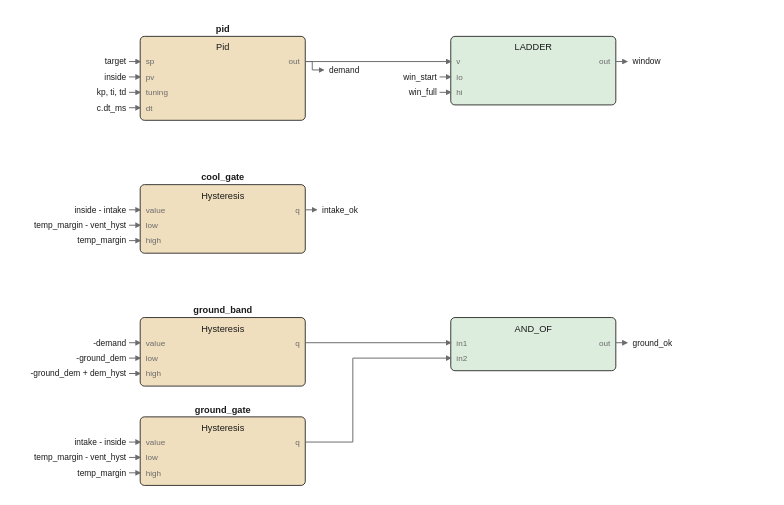
This is images/logic/cooling_fbd.drawio.svg from pstch/botanik2, a draw.io export, as it was before one commit. Source tidied: cells renumbered, new cells last; positions are measured from the earlier drawing's top-left corner, leaving out a move shared by most shapes.
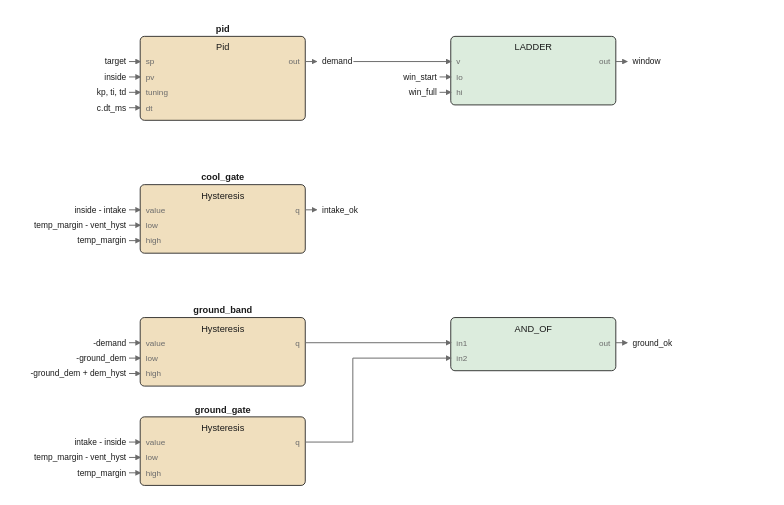
Above is the later version.

Diff of the diagram source:
```diff
@@ -125,199 +125,195 @@
     <mxCell id="42" style="edgeStyle=none;html=1;strokeColor=#6b6b6b;endArrow=block;" parent="1" edge="1">
       <mxGeometry relative="1" as="geometry">
         <mxPoint x="128" y="28" as="sourcePoint" />
-        <mxPoint x="232" y="28" as="targetPoint" />
+        <mxPoint x="136" y="28" as="targetPoint" />
       </mxGeometry>
     </mxCell>
-    <mxCell id="43" style="edgeStyle=none;html=1;strokeColor=#6b6b6b;endArrow=block;" parent="1" edge="1">
-      <mxGeometry relative="1" as="geometry">
-        <mxPoint x="128" y="229" as="sourcePoint" />
-        <mxPoint x="232" y="229" as="targetPoint" />
-      </mxGeometry>
-    </mxCell>
+    <mxCell id="76" value="demand" style="text;html=1;fontSize=6;fontColor=#1a1a1a;align=left;" parent="1" vertex="1">
+      <mxGeometry x="140" y="24" width="40" height="10" as="geometry" />
+    </mxCell>
     <mxCell id="44" style="edgeStyle=none;html=1;strokeColor=#6b6b6b;endArrow=block;" parent="1" edge="1">
       <mxGeometry relative="1" as="geometry">
-        <mxPoint x="128" y="300" as="sourcePoint" />
-        <mxPoint x="232" y="240" as="targetPoint" />
-        <Array as="points">
-          <mxPoint x="162" y="300" />
-          <mxPoint x="162" y="240" />
-        </Array>
+        <mxPoint x="350" y="28" as="sourcePoint" />
+        <mxPoint x="358" y="28" as="targetPoint" />
       </mxGeometry>
     </mxCell>
-    <mxCell id="45" value="target" style="text;html=1;fontSize=6;fontColor=#1a1a1a;align=left;" parent="1" vertex="1">
-      <mxGeometry y="24" width="40" height="10" as="geometry" />
+    <mxCell id="45" value="window" style="text;html=1;fontSize=6;fontColor=#1a1a1a;align=left;" parent="1" vertex="1">
+      <mxGeometry x="362" y="24" width="40" height="10" as="geometry" />
     </mxCell>
     <mxCell id="46" style="edgeStyle=none;html=1;strokeColor=#6b6b6b;endArrow=block;" parent="1" edge="1">
       <mxGeometry relative="1" as="geometry">
-        <mxPoint x="2" y="28" as="sourcePoint" />
-        <mxPoint x="10" y="28" as="targetPoint" />
+        <mxPoint x="128" y="134" as="sourcePoint" />
+        <mxPoint x="136" y="134" as="targetPoint" />
       </mxGeometry>
     </mxCell>
-    <mxCell id="47" value="inside" style="text;html=1;fontSize=6;fontColor=#1a1a1a;align=left;" parent="1" vertex="1">
-      <mxGeometry y="35" width="40" height="10" as="geometry" />
+    <mxCell id="47" value="intake_ok" style="text;html=1;fontSize=6;fontColor=#1a1a1a;align=left;" parent="1" vertex="1">
+      <mxGeometry x="140" y="130" width="45" height="10" as="geometry" />
     </mxCell>
     <mxCell id="48" style="edgeStyle=none;html=1;strokeColor=#6b6b6b;endArrow=block;" parent="1" edge="1">
       <mxGeometry relative="1" as="geometry">
-        <mxPoint x="2" y="39" as="sourcePoint" />
-        <mxPoint x="10" y="39" as="targetPoint" />
+        <mxPoint x="350" y="229" as="sourcePoint" />
+        <mxPoint x="358" y="229" as="targetPoint" />
       </mxGeometry>
     </mxCell>
-    <mxCell id="49" value="kp, ti, td" style="text;html=1;fontSize=6;fontColor=#1a1a1a;align=left;" parent="1" vertex="1">
-      <mxGeometry y="46" width="50" height="10" as="geometry" />
+    <mxCell id="49" value="ground_ok" style="text;html=1;fontSize=6;fontColor=#1a1a1a;align=left;" parent="1" vertex="1">
+      <mxGeometry x="362" y="225" width="45" height="10" as="geometry" />
     </mxCell>
     <mxCell id="50" style="edgeStyle=none;html=1;strokeColor=#6b6b6b;endArrow=block;" parent="1" edge="1">
       <mxGeometry relative="1" as="geometry">
-        <mxPoint x="2" y="50" as="sourcePoint" />
-        <mxPoint x="10" y="50" as="targetPoint" />
+        <mxPoint x="162.4" y="28" as="sourcePoint" />
+        <mxPoint x="232" y="28" as="targetPoint" />
       </mxGeometry>
     </mxCell>
-    <mxCell id="51" value="c.dt_ms" style="text;html=1;fontSize=6;fontColor=#1a1a1a;align=left;" parent="1" vertex="1">
-      <mxGeometry y="57" width="40" height="10" as="geometry" />
-    </mxCell>
+    <mxCell id="83" style="edgeStyle=none;html=1;strokeColor=#6b6b6b;endArrow=block;" parent="1" edge="1">
+      <mxGeometry relative="1" as="geometry">
+        <mxPoint x="128" y="229" as="sourcePoint" />
+        <mxPoint x="232" y="229" as="targetPoint" />
+      </mxGeometry>
+    </mxCell>
     <mxCell id="52" style="edgeStyle=none;html=1;strokeColor=#6b6b6b;endArrow=block;" parent="1" edge="1">
       <mxGeometry relative="1" as="geometry">
-        <mxPoint x="2" y="61" as="sourcePoint" />
-        <mxPoint x="10" y="61" as="targetPoint" />
+        <mxPoint x="128" y="300" as="sourcePoint" />
+        <mxPoint x="232" y="240" as="targetPoint" />
+        <Array as="points">
+          <mxPoint x="162" y="300" />
+          <mxPoint x="162" y="240" />
+        </Array>
       </mxGeometry>
     </mxCell>
-    <mxCell id="53" value="win_start" style="text;html=1;fontSize=6;fontColor=#1a1a1a;align=left;" parent="1" vertex="1">
-      <mxGeometry x="222" y="35" width="45" height="10" as="geometry" />
+    <mxCell id="53" value="target" style="text;html=1;fontSize=6;fontColor=#1a1a1a;align=left;" parent="1" vertex="1">
+      <mxGeometry y="24" width="40" height="10" as="geometry" />
     </mxCell>
     <mxCell id="54" style="edgeStyle=none;html=1;strokeColor=#6b6b6b;endArrow=block;" parent="1" edge="1">
       <mxGeometry relative="1" as="geometry">
-        <mxPoint x="224" y="39" as="sourcePoint" />
-        <mxPoint x="232" y="39" as="targetPoint" />
+        <mxPoint x="2" y="28" as="sourcePoint" />
+        <mxPoint x="10" y="28" as="targetPoint" />
       </mxGeometry>
     </mxCell>
-    <mxCell id="55" value="win_full" style="text;html=1;fontSize=6;fontColor=#1a1a1a;align=left;" parent="1" vertex="1">
-      <mxGeometry x="222" y="46" width="40" height="10" as="geometry" />
+    <mxCell id="55" value="inside" style="text;html=1;fontSize=6;fontColor=#1a1a1a;align=left;" parent="1" vertex="1">
+      <mxGeometry y="35" width="40" height="10" as="geometry" />
     </mxCell>
     <mxCell id="56" style="edgeStyle=none;html=1;strokeColor=#6b6b6b;endArrow=block;" parent="1" edge="1">
       <mxGeometry relative="1" as="geometry">
-        <mxPoint x="224" y="50" as="sourcePoint" />
-        <mxPoint x="232" y="50" as="targetPoint" />
+        <mxPoint x="2" y="39" as="sourcePoint" />
+        <mxPoint x="10" y="39" as="targetPoint" />
       </mxGeometry>
     </mxCell>
-    <mxCell id="57" value="inside - intake" style="text;html=1;fontSize=6;fontColor=#1a1a1a;align=left;" parent="1" vertex="1">
-      <mxGeometry y="130" width="75" height="10" as="geometry" />
+    <mxCell id="57" value="kp, ti, td" style="text;html=1;fontSize=6;fontColor=#1a1a1a;align=left;" parent="1" vertex="1">
+      <mxGeometry y="46" width="50" height="10" as="geometry" />
     </mxCell>
     <mxCell id="58" style="edgeStyle=none;html=1;strokeColor=#6b6b6b;endArrow=block;" parent="1" edge="1">
       <mxGeometry relative="1" as="geometry">
-        <mxPoint x="2" y="134" as="sourcePoint" />
-        <mxPoint x="10" y="134" as="targetPoint" />
+        <mxPoint x="2" y="50" as="sourcePoint" />
+        <mxPoint x="10" y="50" as="targetPoint" />
       </mxGeometry>
     </mxCell>
-    <mxCell id="59" value="temp_margin - vent_hyst" style="text;html=1;fontSize=6;fontColor=#1a1a1a;align=left;" parent="1" vertex="1">
-      <mxGeometry y="141" width="115" height="10" as="geometry" />
+    <mxCell id="59" value="c.dt_ms" style="text;html=1;fontSize=6;fontColor=#1a1a1a;align=left;" parent="1" vertex="1">
+      <mxGeometry y="57" width="40" height="10" as="geometry" />
     </mxCell>
     <mxCell id="60" style="edgeStyle=none;html=1;strokeColor=#6b6b6b;endArrow=block;" parent="1" edge="1">
       <mxGeometry relative="1" as="geometry">
-        <mxPoint x="2" y="145" as="sourcePoint" />
-        <mxPoint x="10" y="145" as="targetPoint" />
+        <mxPoint x="2" y="61" as="sourcePoint" />
+        <mxPoint x="10" y="61" as="targetPoint" />
       </mxGeometry>
     </mxCell>
-    <mxCell id="61" value="temp_margin" style="text;html=1;fontSize=6;fontColor=#1a1a1a;align=left;" parent="1" vertex="1">
-      <mxGeometry y="152" width="55" height="10" as="geometry" />
+    <mxCell id="61" value="win_start" style="text;html=1;fontSize=6;fontColor=#1a1a1a;align=left;" parent="1" vertex="1">
+      <mxGeometry x="222" y="35" width="45" height="10" as="geometry" />
     </mxCell>
     <mxCell id="62" style="edgeStyle=none;html=1;strokeColor=#6b6b6b;endArrow=block;" parent="1" edge="1">
       <mxGeometry relative="1" as="geometry">
-        <mxPoint x="2" y="156" as="sourcePoint" />
-        <mxPoint x="10" y="156" as="targetPoint" />
+        <mxPoint x="224" y="39" as="sourcePoint" />
+        <mxPoint x="232" y="39" as="targetPoint" />
       </mxGeometry>
     </mxCell>
-    <mxCell id="63" value="-demand" style="text;html=1;fontSize=6;fontColor=#1a1a1a;align=left;" parent="1" vertex="1">
-      <mxGeometry y="225" width="40" height="10" as="geometry" />
+    <mxCell id="63" value="win_full" style="text;html=1;fontSize=6;fontColor=#1a1a1a;align=left;" parent="1" vertex="1">
+      <mxGeometry x="222" y="46" width="40" height="10" as="geometry" />
     </mxCell>
     <mxCell id="64" style="edgeStyle=none;html=1;strokeColor=#6b6b6b;endArrow=block;" parent="1" edge="1">
       <mxGeometry relative="1" as="geometry">
-        <mxPoint x="2" y="229" as="sourcePoint" />
-        <mxPoint x="10" y="229" as="targetPoint" />
+        <mxPoint x="224" y="50" as="sourcePoint" />
+        <mxPoint x="232" y="50" as="targetPoint" />
       </mxGeometry>
     </mxCell>
-    <mxCell id="65" value="-ground_dem" style="text;html=1;fontSize=6;fontColor=#1a1a1a;align=left;" parent="1" vertex="1">
-      <mxGeometry y="236" width="55" height="10" as="geometry" />
+    <mxCell id="65" value="inside - intake" style="text;html=1;fontSize=6;fontColor=#1a1a1a;align=left;" parent="1" vertex="1">
+      <mxGeometry y="130" width="75" height="10" as="geometry" />
     </mxCell>
     <mxCell id="66" style="edgeStyle=none;html=1;strokeColor=#6b6b6b;endArrow=block;" parent="1" edge="1">
       <mxGeometry relative="1" as="geometry">
-        <mxPoint x="2" y="240" as="sourcePoint" />
-        <mxPoint x="10" y="240" as="targetPoint" />
+        <mxPoint x="2" y="134" as="sourcePoint" />
+        <mxPoint x="10" y="134" as="targetPoint" />
       </mxGeometry>
     </mxCell>
-    <mxCell id="67" value="-ground_dem + dem_hyst" style="text;html=1;fontSize=6;fontColor=#1a1a1a;align=left;" parent="1" vertex="1">
-      <mxGeometry y="247" width="110" height="10" as="geometry" />
+    <mxCell id="67" value="temp_margin - vent_hyst" style="text;html=1;fontSize=6;fontColor=#1a1a1a;align=left;" parent="1" vertex="1">
+      <mxGeometry y="141" width="115" height="10" as="geometry" />
     </mxCell>
     <mxCell id="68" style="edgeStyle=none;html=1;strokeColor=#6b6b6b;endArrow=block;" parent="1" edge="1">
       <mxGeometry relative="1" as="geometry">
-        <mxPoint x="2" y="251" as="sourcePoint" />
-        <mxPoint x="10" y="251" as="targetPoint" />
+        <mxPoint x="2" y="145" as="sourcePoint" />
+        <mxPoint x="10" y="145" as="targetPoint" />
       </mxGeometry>
     </mxCell>
-    <mxCell id="69" value="intake - inside" style="text;html=1;fontSize=6;fontColor=#1a1a1a;align=left;" parent="1" vertex="1">
-      <mxGeometry y="296" width="75" height="10" as="geometry" />
+    <mxCell id="69" value="temp_margin" style="text;html=1;fontSize=6;fontColor=#1a1a1a;align=left;" parent="1" vertex="1">
+      <mxGeometry y="152" width="55" height="10" as="geometry" />
     </mxCell>
     <mxCell id="70" style="edgeStyle=none;html=1;strokeColor=#6b6b6b;endArrow=block;" parent="1" edge="1">
       <mxGeometry relative="1" as="geometry">
-        <mxPoint x="2" y="300" as="sourcePoint" />
-        <mxPoint x="10" y="300" as="targetPoint" />
+        <mxPoint x="2" y="156" as="sourcePoint" />
+        <mxPoint x="10" y="156" as="targetPoint" />
       </mxGeometry>
     </mxCell>
-    <mxCell id="71" value="temp_margin - vent_hyst" style="text;html=1;fontSize=6;fontColor=#1a1a1a;align=left;" parent="1" vertex="1">
-      <mxGeometry y="307" width="115" height="10" as="geometry" />
+    <mxCell id="71" value="-demand" style="text;html=1;fontSize=6;fontColor=#1a1a1a;align=left;" parent="1" vertex="1">
+      <mxGeometry y="225" width="40" height="10" as="geometry" />
     </mxCell>
     <mxCell id="72" style="edgeStyle=none;html=1;strokeColor=#6b6b6b;endArrow=block;" parent="1" edge="1">
       <mxGeometry relative="1" as="geometry">
-        <mxPoint x="2" y="311" as="sourcePoint" />
-        <mxPoint x="10" y="311" as="targetPoint" />
+        <mxPoint x="2" y="229" as="sourcePoint" />
+        <mxPoint x="10" y="229" as="targetPoint" />
       </mxGeometry>
     </mxCell>
-    <mxCell id="73" value="temp_margin" style="text;html=1;fontSize=6;fontColor=#1a1a1a;align=left;" parent="1" vertex="1">
-      <mxGeometry y="318" width="55" height="10" as="geometry" />
+    <mxCell id="73" value="-ground_dem" style="text;html=1;fontSize=6;fontColor=#1a1a1a;align=left;" parent="1" vertex="1">
+      <mxGeometry y="236" width="55" height="10" as="geometry" />
     </mxCell>
     <mxCell id="74" style="edgeStyle=none;html=1;strokeColor=#6b6b6b;endArrow=block;" parent="1" edge="1">
       <mxGeometry relative="1" as="geometry">
-        <mxPoint x="2" y="322" as="sourcePoint" />
-        <mxPoint x="10" y="322" as="targetPoint" />
+        <mxPoint x="2" y="240" as="sourcePoint" />
+        <mxPoint x="10" y="240" as="targetPoint" />
       </mxGeometry>
     </mxCell>
-    <mxCell id="75" style="edgeStyle=none;html=1;strokeColor=#6b6b6b;endArrow=block;" parent="1" edge="1">
-      <mxGeometry relative="1" as="geometry">
-        <mxPoint x="128" y="28" as="sourcePoint" />
-        <mxPoint x="141" y="34" as="targetPoint" />
-        <Array as="points">
-          <mxPoint x="133" y="28" />
-          <mxPoint x="133" y="34" />
-        </Array>
-      </mxGeometry>
-    </mxCell>
-    <mxCell id="76" value="demand" style="text;html=1;fontSize=6;fontColor=#1a1a1a;align=left;" parent="1" vertex="1">
-      <mxGeometry x="145" y="30" width="40" height="10" as="geometry" />
-    </mxCell>
-    <mxCell id="77" style="edgeStyle=none;html=1;strokeColor=#6b6b6b;endArrow=block;" parent="1" edge="1">
-      <mxGeometry relative="1" as="geometry">
-        <mxPoint x="350" y="28" as="sourcePoint" />
-        <mxPoint x="358" y="28" as="targetPoint" />
-      </mxGeometry>
-    </mxCell>
-    <mxCell id="78" value="window" style="text;html=1;fontSize=6;fontColor=#1a1a1a;align=left;" parent="1" vertex="1">
-      <mxGeometry x="362" y="24" width="40" height="10" as="geometry" />
-    </mxCell>
-    <mxCell id="79" style="edgeStyle=none;html=1;strokeColor=#6b6b6b;endArrow=block;" parent="1" edge="1">
-      <mxGeometry relative="1" as="geometry">
-        <mxPoint x="128" y="134" as="sourcePoint" />
-        <mxPoint x="136" y="134" as="targetPoint" />
-      </mxGeometry>
-    </mxCell>
-    <mxCell id="80" value="intake_ok" style="text;html=1;fontSize=6;fontColor=#1a1a1a;align=left;" parent="1" vertex="1">
-      <mxGeometry x="140" y="130" width="45" height="10" as="geometry" />
-    </mxCell>
-    <mxCell id="81" style="edgeStyle=none;html=1;strokeColor=#6b6b6b;endArrow=block;" parent="1" edge="1">
-      <mxGeometry relative="1" as="geometry">
-        <mxPoint x="350" y="229" as="sourcePoint" />
-        <mxPoint x="358" y="229" as="targetPoint" />
-      </mxGeometry>
-    </mxCell>
-    <mxCell id="82" value="ground_ok" style="text;html=1;fontSize=6;fontColor=#1a1a1a;align=left;" parent="1" vertex="1">
-      <mxGeometry x="362" y="225" width="45" height="10" as="geometry" />
-    </mxCell>
+    <mxCell id="84" value="-ground_dem + dem_hyst" style="text;html=1;fontSize=6;fontColor=#1a1a1a;align=left;" parent="1" vertex="1">
+      <mxGeometry y="247" width="110" height="10" as="geometry" />
+    </mxCell>
+    <mxCell id="85" style="edgeStyle=none;html=1;strokeColor=#6b6b6b;endArrow=block;" parent="1" edge="1">
+      <mxGeometry relative="1" as="geometry">
+        <mxPoint x="2" y="251" as="sourcePoint" />
+        <mxPoint x="10" y="251" as="targetPoint" />
+      </mxGeometry>
+    </mxCell>
+    <mxCell id="86" value="intake - inside" style="text;html=1;fontSize=6;fontColor=#1a1a1a;align=left;" parent="1" vertex="1">
+      <mxGeometry y="296" width="75" height="10" as="geometry" />
+    </mxCell>
+    <mxCell id="87" style="edgeStyle=none;html=1;strokeColor=#6b6b6b;endArrow=block;" parent="1" edge="1">
+      <mxGeometry relative="1" as="geometry">
+        <mxPoint x="2" y="300" as="sourcePoint" />
+        <mxPoint x="10" y="300" as="targetPoint" />
+      </mxGeometry>
+    </mxCell>
+    <mxCell id="88" value="temp_margin - vent_hyst" style="text;html=1;fontSize=6;fontColor=#1a1a1a;align=left;" parent="1" vertex="1">
+      <mxGeometry y="307" width="115" height="10" as="geometry" />
+    </mxCell>
+    <mxCell id="89" style="edgeStyle=none;html=1;strokeColor=#6b6b6b;endArrow=block;" parent="1" edge="1">
+      <mxGeometry relative="1" as="geometry">
+        <mxPoint x="2" y="311" as="sourcePoint" />
+        <mxPoint x="10" y="311" as="targetPoint" />
+      </mxGeometry>
+    </mxCell>
+    <mxCell id="90" value="temp_margin" style="text;html=1;fontSize=6;fontColor=#1a1a1a;align=left;" parent="1" vertex="1">
+      <mxGeometry y="318" width="55" height="10" as="geometry" />
+    </mxCell>
+    <mxCell id="91" style="edgeStyle=none;html=1;strokeColor=#6b6b6b;endArrow=block;" parent="1" edge="1">
+      <mxGeometry relative="1" as="geometry">
+        <mxPoint x="2" y="322" as="sourcePoint" />
+        <mxPoint x="10" y="322" as="targetPoint" />
+      </mxGeometry>
+    </mxCell>
   </root>
 </mxGraphModel>
```
